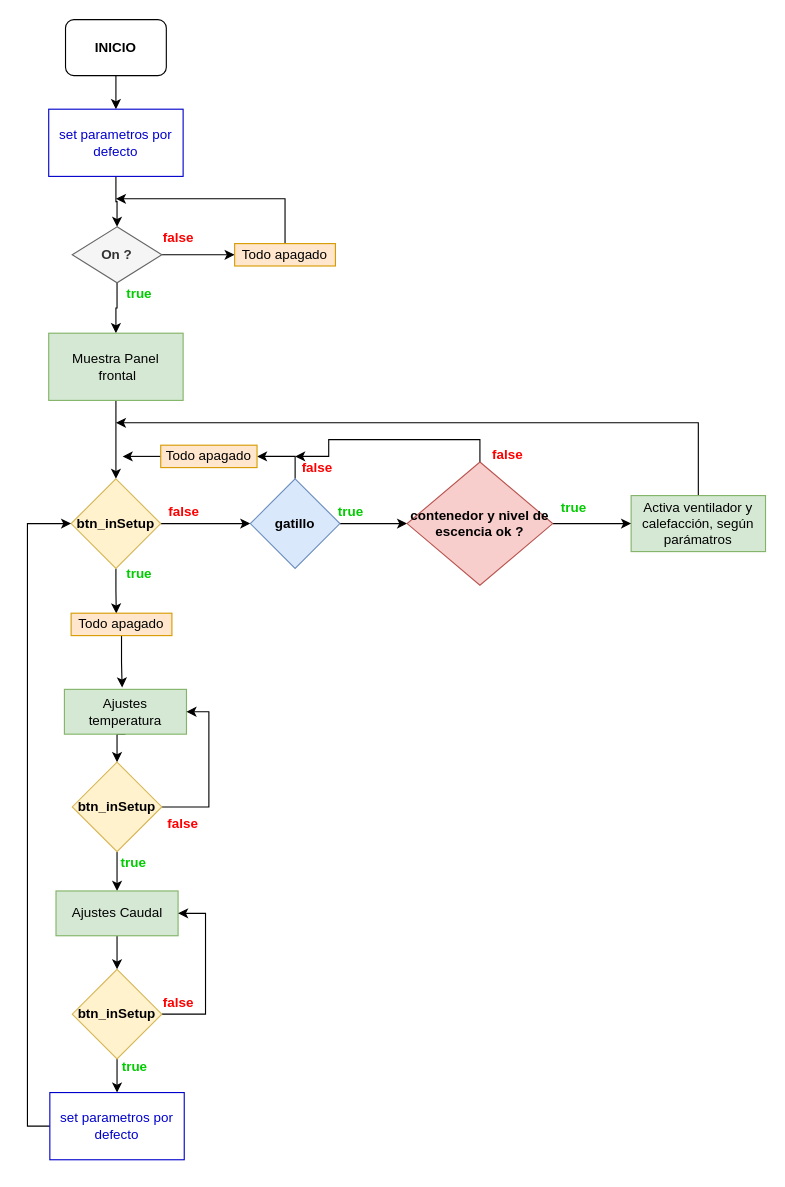
Before: proyectBlaster/Untitled Diagram.drawio in rigoriosh/electronica, a draw.io diagram. Source tidied: cells renumbered, new cells numbered last; positions are measured from the earlier drawing's top-left corner, leaving out a move shared by most shapes. Both pictures are drawn from the tidied source at 112%, with x=0, y=0 at pixel (48, 19).
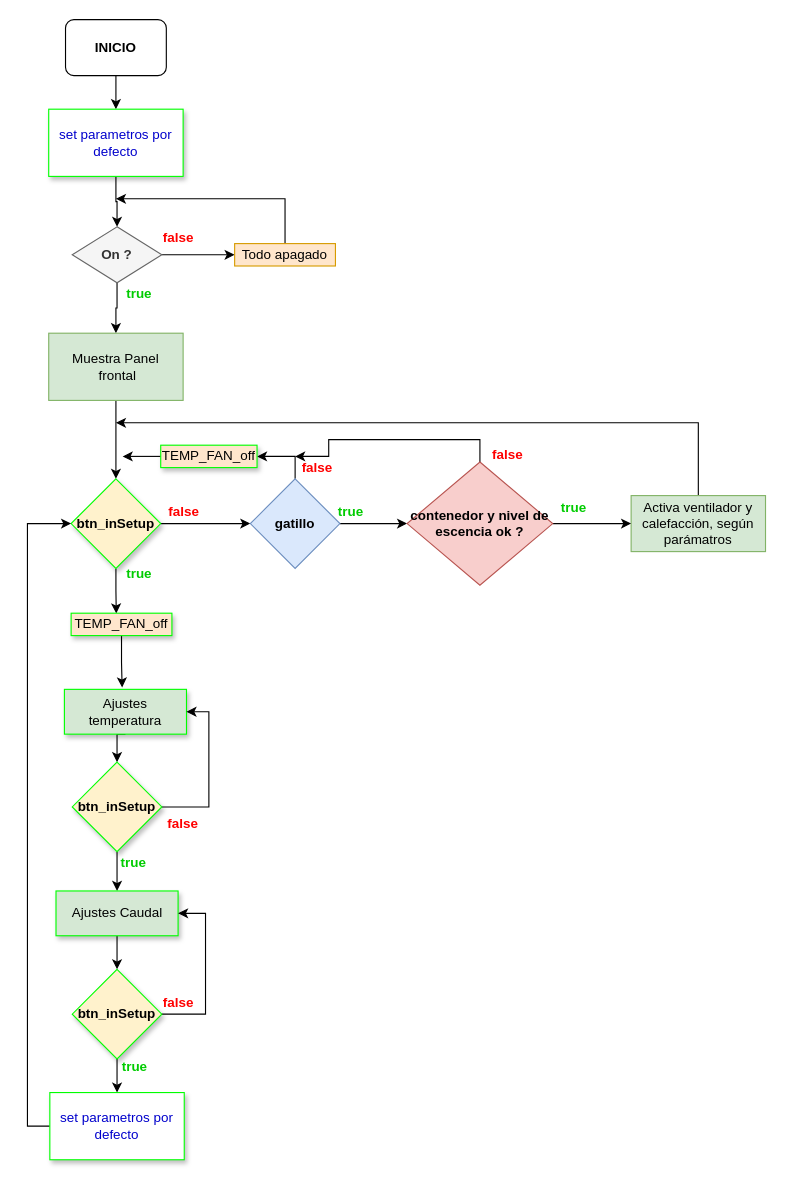
The same page after the edit.

Change to the diagram source:
```diff
@@
-    <mxCell id="13" value="&lt;b&gt;btn_inSetup&lt;/b&gt;" style="rhombus;whiteSpace=wrap;html=1;fillColor=#fff2cc;strokeColor=#d6b656;" parent="1" vertex="1">
+    <mxCell id="13" value="&lt;b&gt;btn_inSetup&lt;/b&gt;" style="rhombus;whiteSpace=wrap;html=1;fillColor=#fff2cc;strokeColor=#00FF00;shadow=1;" parent="1" vertex="1">
       <mxGeometry x="20" y="410" width="80" height="80" as="geometry" />
     </mxCell>
@@
-    <mxCell id="21" value="Todo apagado" style="whiteSpace=wrap;html=1;fillColor=#ffe6cc;strokeColor=#d79b00;" parent="1" vertex="1">
+    <mxCell id="21" value="TEMP_FAN_off" style="whiteSpace=wrap;html=1;fillColor=#ffe6cc;strokeColor=#00FF00;shadow=1;" parent="1" vertex="1">
       <mxGeometry x="100" y="380" width="86" height="20" as="geometry" />
     </mxCell>
@@
-    <mxCell id="26" value="Ajustes temperatura" style="whiteSpace=wrap;html=1;fillColor=#d5e8d4;strokeColor=#82b366;" parent="1" vertex="1">
+    <mxCell id="26" value="Ajustes temperatura" style="whiteSpace=wrap;html=1;fillColor=#d5e8d4;strokeColor=#00FF00;shadow=1;" parent="1" vertex="1">
       <mxGeometry x="14" y="598" width="109" height="40" as="geometry" />
     </mxCell>
@@
-    <mxCell id="29" value="&lt;b&gt;btn_inSetup&lt;/b&gt;" style="rhombus;whiteSpace=wrap;html=1;fillColor=#fff2cc;strokeColor=#d6b656;" parent="1" vertex="1">
+    <mxCell id="29" value="&lt;b&gt;btn_inSetup&lt;/b&gt;" style="rhombus;whiteSpace=wrap;html=1;fillColor=#fff2cc;strokeColor=#00FF00;shadow=1;" parent="1" vertex="1">
       <mxGeometry x="21" y="663" width="80" height="80" as="geometry" />
     </mxCell>
@@
-    <mxCell id="40" value="Ajustes Caudal" style="whiteSpace=wrap;html=1;fillColor=#d5e8d4;strokeColor=#82b366;" parent="1" vertex="1">
+    <mxCell id="40" value="Ajustes Caudal" style="whiteSpace=wrap;html=1;fillColor=#d5e8d4;strokeColor=#00FF00;shadow=1;" parent="1" vertex="1">
       <mxGeometry x="6.5" y="778" width="109" height="40" as="geometry" />
     </mxCell>
@@
-    <mxCell id="43" value="&lt;b&gt;btn_inSetup&lt;/b&gt;" style="rhombus;whiteSpace=wrap;html=1;fillColor=#fff2cc;strokeColor=#d6b656;" parent="1" vertex="1">
+    <mxCell id="43" value="&lt;b&gt;btn_inSetup&lt;/b&gt;" style="rhombus;whiteSpace=wrap;html=1;fillColor=#fff2cc;strokeColor=#00FF00;shadow=1;" parent="1" vertex="1">
       <mxGeometry x="21" y="848" width="80" height="80" as="geometry" />
     </mxCell>
@@
-    <mxCell id="46" value="&lt;span&gt;&lt;font color=&quot;#0000cc&quot;&gt;set parametros por defecto&lt;/font&gt;&lt;/span&gt;" style="rounded=0;whiteSpace=wrap;html=1;strokeColor=#0000CC;" parent="1" vertex="1">
+    <mxCell id="46" value="&lt;span&gt;&lt;font color=&quot;#0000cc&quot;&gt;set parametros por defecto&lt;/font&gt;&lt;/span&gt;" style="rounded=0;whiteSpace=wrap;html=1;strokeColor=#00FF00;shadow=1;" parent="1" vertex="1">
       <mxGeometry y="80" width="120" height="60" as="geometry" />
     </mxCell>
@@
-    <mxCell id="48" value="&lt;span&gt;&lt;font color=&quot;#0000cc&quot;&gt;set parametros por defecto&lt;/font&gt;&lt;/span&gt;" style="rounded=0;whiteSpace=wrap;html=1;strokeColor=#0000CC;" parent="1" vertex="1">
+    <mxCell id="48" value="&lt;span&gt;&lt;font color=&quot;#0000cc&quot;&gt;set parametros por defecto&lt;/font&gt;&lt;/span&gt;" style="rounded=0;whiteSpace=wrap;html=1;strokeColor=#00FF00;shadow=1;" parent="1" vertex="1">
       <mxGeometry x="1" y="958" width="120" height="60" as="geometry" />
     </mxCell>
@@
-    <mxCell id="51" value="Todo apagado" style="whiteSpace=wrap;html=1;fillColor=#ffe6cc;strokeColor=#d79b00;" parent="1" vertex="1">
+    <mxCell id="51" value="TEMP_FAN_off" style="whiteSpace=wrap;html=1;fillColor=#ffe6cc;strokeColor=#00FF00;shadow=1;" parent="1" vertex="1">
       <mxGeometry x="20" y="530" width="90" height="20" as="geometry" />
     </mxCell>
```
